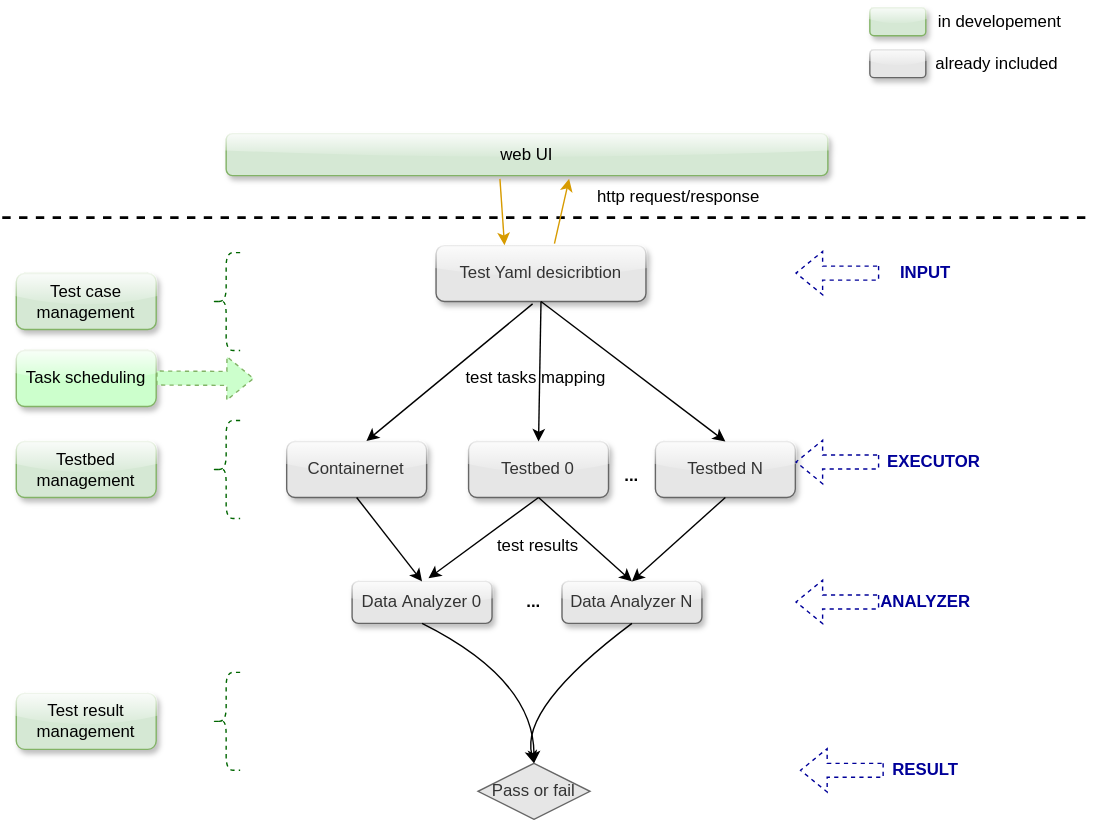
penglei0/oasis keeps this draw.io diagram as docs/imgs/oasis_arch.svg. Above is the earlier version. Source tidied: cells renumbered, new cells last; positions are measured from the earlier drawing's top-left corner, leaving out a move shared by most shapes.
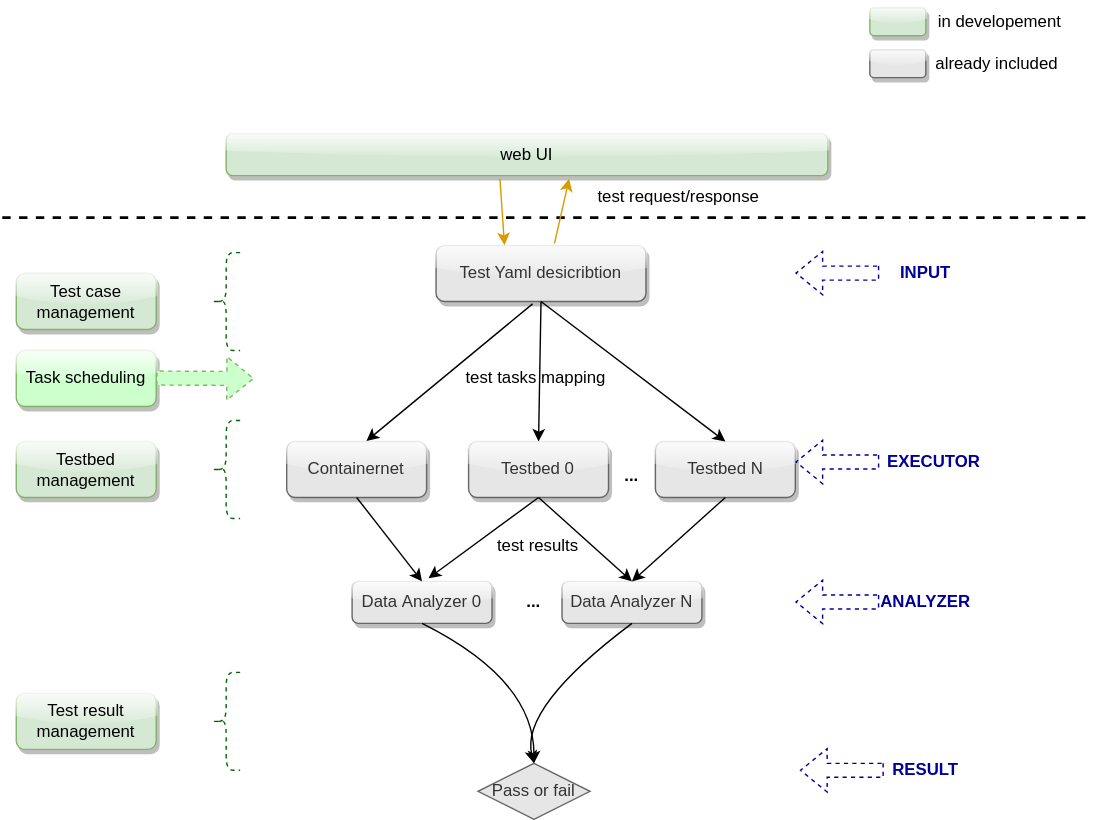
The same diagram one commit later.

What changed in the source:
```diff
@@ -152,7 +152,7 @@
     <mxCell id="41" style="endArrow=classic;html=1;rounded=0;entryX=0.57;entryY=1.077;entryDx=0;entryDy=0;entryPerimeter=0;exitX=0.564;exitY=-0.036;exitDx=0;exitDy=0;exitPerimeter=0;fillColor=#ffe6cc;strokeColor=#d79b00;" parent="1" edge="1" source="2" target="39">
       <mxGeometry relative="1" as="geometry" />
     </mxCell>
-    <mxCell id="42" value="http request/response" style="text;html=1;strokeColor=none;fillColor=none;align=center;verticalAlign=middle;whiteSpace=wrap;rounded=0;" parent="1" vertex="1">
+    <mxCell id="42" value="test request/response" style="text;html=1;strokeColor=none;fillColor=none;align=center;verticalAlign=middle;whiteSpace=wrap;rounded=0;" parent="1" vertex="1">
       <mxGeometry x="406.8" y="125" width="153.2" height="30" as="geometry" />
     </mxCell>
     <mxCell id="43" style="rounded=1;whiteSpace=wrap;html=1;fillColor=#E6E6E6;fontColor=#333333;strokeColor=#666666;glass=1;shadow=1;" parent="1" vertex="1">
```
